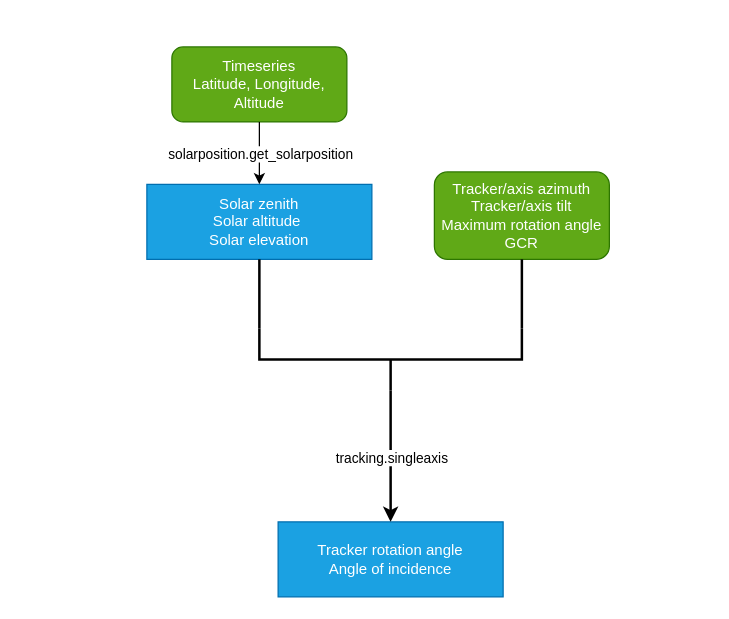
Earlier version of the draw.io diagram 02 - Backtracking/Pictures/Backtracking flow diagram.drawio (mathispasquier/Test). Source tidied: cells renumbered, new cells numbered last; positions are measured from the earlier drawing's top-left corner, leaving out a move shared by most shapes. Both pictures are drawn from the tidied source at 125%, with x=0, y=0 at pixel (146, 46).
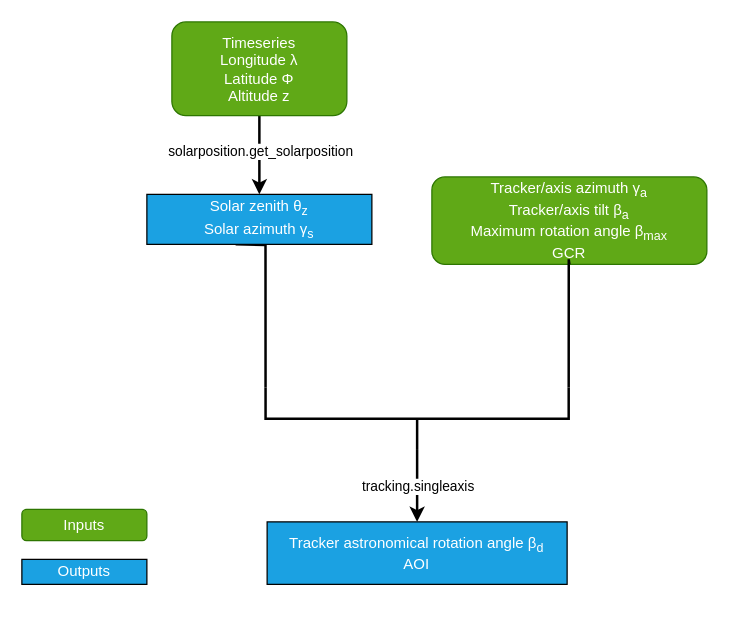
The same diagram, later.

Change to the diagram source:
```diff
@@
 <mxGraphModel>
   <root>
     <mxCell id="0" />
     <mxCell id="1" parent="0" />
-    <mxCell id="2" value="Timeseries&lt;br&gt;Latitude, Longitude, Altitude" style="rounded=1;whiteSpace=wrap;html=1;fontSize=12;glass=0;strokeWidth=1;shadow=0;fillColor=#60a917;fontColor=#ffffff;strokeColor=#2D7600;" parent="1" vertex="1">
-      <mxGeometry x="20" width="140" height="60" as="geometry" />
-    </mxCell>
-    <mxCell id="3" value="Solar zenith&lt;br&gt;Solar altitude&amp;nbsp;&lt;br&gt;Solar elevation" style="rounded=0;whiteSpace=wrap;html=1;fillColor=#1ba1e2;fontColor=#ffffff;strokeColor=#006EAF;" parent="1" vertex="1">
-      <mxGeometry y="110" width="180" height="60" as="geometry" />
-    </mxCell>
-    <mxCell id="4" value="Tracker rotation angle&lt;br&gt;Angle of incidence" style="rounded=0;whiteSpace=wrap;html=1;fillColor=#1ba1e2;fontColor=#ffffff;strokeColor=#006EAF;" parent="1" vertex="1">
-      <mxGeometry x="105" y="380" width="180" height="60" as="geometry" />
+    <mxCell id="4" value="&lt;div&gt;Tracker astronomical rotation angle &lt;span lang=&quot;fr&quot; class=&quot;BxUVEf ILfuVd&quot;&gt;&lt;span class=&quot;hgKElc&quot;&gt;β&lt;sub&gt;d&lt;/sub&gt;&lt;/span&gt;&lt;/span&gt;&lt;/div&gt;&lt;div&gt;AOI&lt;/div&gt;" style="rounded=0;whiteSpace=wrap;html=1;fillColor=#1ba1e2;fontColor=#ffffff;strokeColor=#000000;" parent="1" vertex="1">
+      <mxGeometry x="96.2" y="380" width="240" height="50" as="geometry" />
     </mxCell>
-    <mxCell id="5" value="Tracker/axis azimuth&lt;br&gt;Tracker/axis tilt&lt;br&gt;Maximum rotation angle&lt;br&gt;GCR" style="rounded=1;whiteSpace=wrap;html=1;fontSize=12;glass=0;strokeWidth=1;shadow=0;fillColor=#60a917;fontColor=#ffffff;strokeColor=#2D7600;" parent="1" vertex="1">
-      <mxGeometry x="230" y="100" width="140" height="70" as="geometry" />
+    <mxCell id="5" value="&lt;div&gt;Tracker/axis azimuth &lt;span&gt;γ&lt;sub&gt;a&lt;/sub&gt;&lt;/span&gt;&lt;/div&gt;&lt;div&gt;Tracker/axis tilt&amp;nbsp;&lt;span lang=&quot;fr&quot; class=&quot;BxUVEf ILfuVd&quot;&gt;&lt;span class=&quot;hgKElc&quot;&gt;β&lt;/span&gt;&lt;/span&gt;&lt;span&gt;&lt;sub&gt;a&lt;/sub&gt;&lt;/span&gt;&lt;/div&gt;Maximum rotation angle &lt;span lang=&quot;fr&quot; class=&quot;BxUVEf ILfuVd&quot;&gt;&lt;span class=&quot;hgKElc&quot;&gt;β&lt;/span&gt;&lt;/span&gt;&lt;sub&gt;max&lt;/sub&gt;&lt;br&gt;GCR" style="rounded=1;whiteSpace=wrap;html=1;fontSize=12;glass=0;strokeWidth=1;shadow=0;fillColor=#60a917;fontColor=#ffffff;strokeColor=#2D7600;" parent="1" vertex="1">
+      <mxGeometry x="228" y="104" width="220" height="70" as="geometry" />
     </mxCell>
-    <mxCell id="6" style="endArrow=classic;html=1;rounded=0;exitX=0.5;exitY=1;exitDx=0;exitDy=0;entryX=0.5;entryY=0;entryDx=0;entryDy=0;" parent="1" edge="1" source="2" target="3">
+    <mxCell id="6" style="endArrow=classic;html=1;rounded=0;exitX=0.5;exitY=0.933;exitDx=0;exitDy=0;entryX=0.5;entryY=0;entryDx=0;entryDy=0;exitPerimeter=0;strokeWidth=2;" parent="1" edge="1" source="14" target="13">
       <mxGeometry relative="1" as="geometry" />
     </mxCell>
     <mxCell id="7" value="solarposition.get_solarposition" style="edgeLabel;html=1;align=center;verticalAlign=middle;" parent="6" vertex="1">
       <mxGeometry relative="1" as="geometry" />
     </mxCell>
     <mxCell id="8" style="edgeStyle=orthogonalEdgeStyle;rounded=0;jettySize=auto;html=1;exitX=1;exitY=1;exitDx=0;exitDy=0;exitPerimeter=0;entryX=0.5;entryY=1;entryDx=0;entryDy=0;strokeWidth=2;endArrow=none;endFill=0;" parent="1" edge="1" source="9" target="5">
       <mxGeometry relative="1" as="geometry">
         <Array as="points">
-          <mxPoint x="300" y="225" />
+          <mxPoint x="338" y="170" />
         </Array>
       </mxGeometry>
     </mxCell>
     <mxCell id="9" style="strokeWidth=2;html=1;shape=mxgraph.flowchart.annotation_2;align=left;labelPosition=right;rotation=-90;" parent="1" vertex="1">
-      <mxGeometry x="170" y="145" width="50" height="210" as="geometry" />
+      <mxGeometry x="191.2" y="176.2" width="50" height="242.5" as="geometry" />
     </mxCell>
     <mxCell id="10" style="endArrow=classic;html=1;rounded=0;exitX=0;exitY=0.5;exitDx=0;exitDy=0;exitPerimeter=0;entryX=0.5;entryY=0;entryDx=0;entryDy=0;strokeWidth=2;" parent="1" edge="1" source="9" target="4">
       <mxGeometry relative="1" as="geometry" />
     </mxCell>
     <mxCell id="11" value="tracking.singleaxis" style="edgeLabel;html=1;align=center;verticalAlign=middle;" parent="10" vertex="1">
       <mxGeometry relative="1" as="geometry" />
     </mxCell>
-    <mxCell id="12" style="edgeStyle=orthogonalEdgeStyle;rounded=0;jettySize=auto;html=1;exitX=0.5;exitY=1;exitDx=0;exitDy=0;entryX=1;entryY=0;entryDx=0;entryDy=0;entryPerimeter=0;strokeWidth=2;endArrow=none;endFill=0;" parent="1" edge="1" source="3" target="9">
-      <mxGeometry relative="1" as="geometry" />
+    <mxCell id="12" style="edgeStyle=orthogonalEdgeStyle;rounded=0;jettySize=auto;html=1;exitX=0.5;exitY=1;exitDx=0;exitDy=0;entryX=1;entryY=0;entryDx=0;entryDy=0;entryPerimeter=0;strokeWidth=2;endArrow=none;endFill=0;" parent="1" edge="1" target="9">
+      <mxGeometry relative="1" as="geometry">
+        <mxPoint x="71" y="158" as="sourcePoint" />
+      </mxGeometry>
     </mxCell>
+    <mxCell id="13" value="Solar zenith &lt;span lang=&quot;en&quot; class=&quot;BxUVEf ILfuVd&quot;&gt;&lt;span class=&quot;hgKElc&quot;&gt;θ&lt;sub&gt;z&lt;/sub&gt;&lt;/span&gt;&lt;/span&gt;&lt;br&gt;Solar azimuth &lt;span&gt;γ&lt;sub&gt;s&lt;/sub&gt;&lt;/span&gt;" style="rounded=0;whiteSpace=wrap;html=1;fillColor=#1ba1e2;fontColor=#ffffff;strokeColor=default;" parent="1" vertex="1">
+      <mxGeometry y="118" width="180" height="40" as="geometry" />
+    </mxCell>
+    <mxCell id="14" value="Timeseries&lt;br&gt;&lt;div&gt;Longitude &lt;span&gt;λ&lt;/span&gt;&lt;/div&gt;&lt;div&gt;Latitude &lt;span lang=&quot;fr&quot; class=&quot;BxUVEf ILfuVd&quot;&gt;&lt;span class=&quot;hgKElc&quot;&gt;Φ&lt;/span&gt;&lt;/span&gt;&lt;/div&gt;&lt;div&gt;Altitude z&lt;br&gt;&lt;/div&gt;" style="rounded=1;whiteSpace=wrap;html=1;fontSize=12;glass=0;strokeWidth=1;shadow=0;fillColor=#60a917;fontColor=#ffffff;strokeColor=#2D7600;" parent="1" vertex="1">
+      <mxGeometry x="20" y="-20" width="140" height="75" as="geometry" />
+    </mxCell>
+    <mxCell id="15" value="Inputs" style="rounded=1;whiteSpace=wrap;html=1;fontSize=12;glass=0;strokeWidth=1;shadow=0;fillColor=#60a917;fontColor=#ffffff;strokeColor=#2D7600;" parent="1" vertex="1">
+      <mxGeometry x="-100" y="370" width="100" height="25" as="geometry" />
+    </mxCell>
+    <mxCell id="16" value="Outputs" style="rounded=0;whiteSpace=wrap;html=1;fillColor=#1ba1e2;fontColor=#ffffff;strokeColor=default;" parent="1" vertex="1">
+      <mxGeometry x="-100" y="410" width="100" height="20" as="geometry" />
+    </mxCell>
   </root>
 </mxGraphModel>
```
